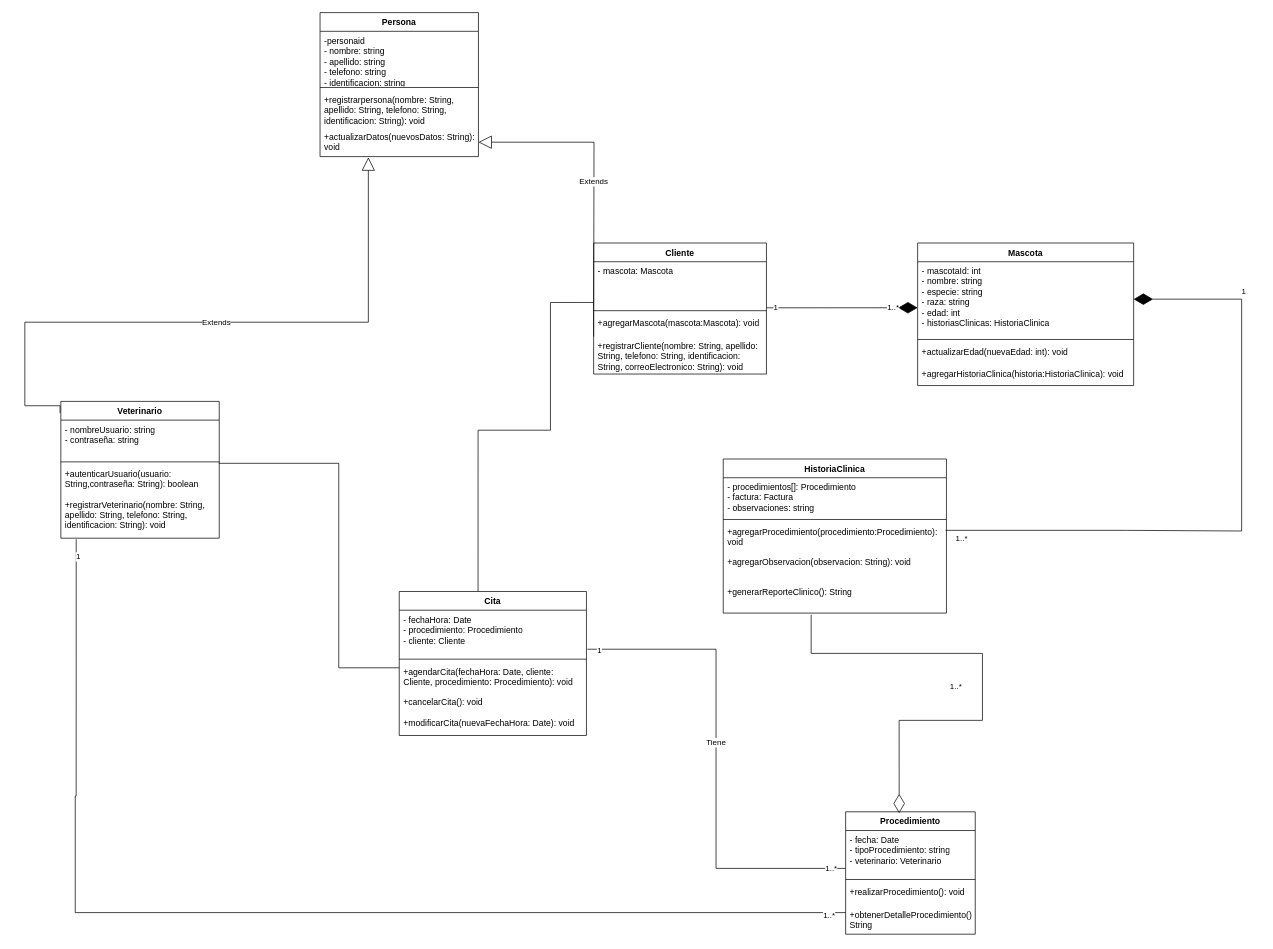
The draw.io diagram vetApp.drawio in maicols04/claseEstructura, before the edit. Source tidied: cells renumbered, new cells numbered last; positions are measured from the earlier drawing's top-left corner, leaving out a move shared by most shapes. Both pictures are drawn from the tidied source at 72%, with x=0, y=0 at pixel (24, 12).
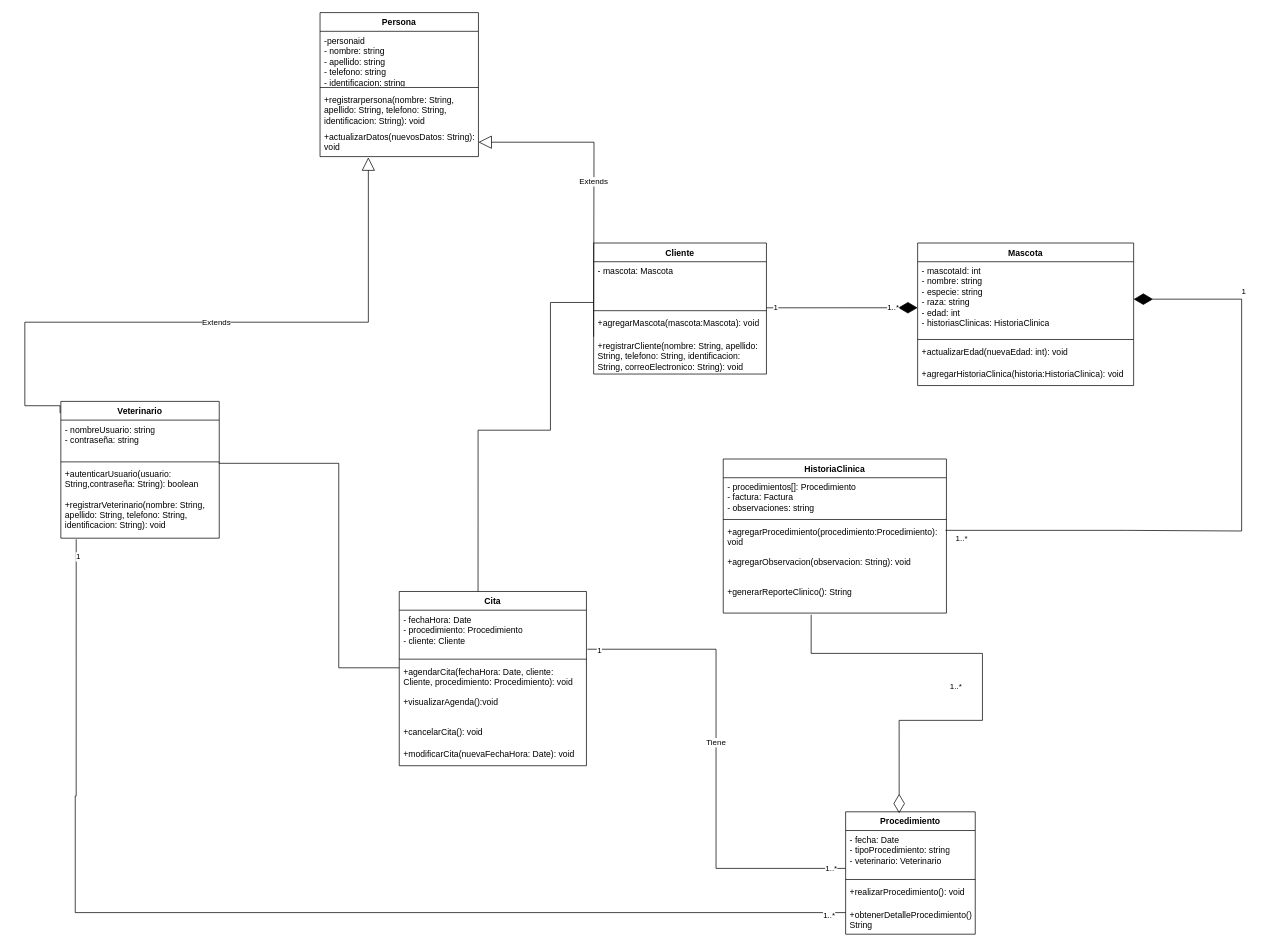
Above is the later version.

Diff of the diagram source:
```diff
@@
     <mxCell id="41" value="Cita" style="swimlane;fontStyle=1;align=center;verticalAlign=top;horizontal=1;startSize=26;whiteSpace=wrap;html=1;" parent="1" vertex="1">
-      <mxGeometry x="520" y="804" width="260" height="200" as="geometry" />
+      <mxGeometry x="520" y="804" width="260" height="242" as="geometry" />
     </mxCell>
@@
+    <mxCell id="59" value="+visualizarAgenda():void" style="text;strokeColor=none;fillColor=none;align=left;verticalAlign=top;spacingLeft=4;spacingRight=4;overflow=hidden;whiteSpace=wrap;html=1;" parent="41" vertex="1">
+      <mxGeometry y="140" width="260" height="42" as="geometry" />
+    </mxCell>
     <mxCell id="45" value="+cancelarCita(): void" style="text;strokeColor=none;fillColor=none;align=left;verticalAlign=top;spacingLeft=4;spacingRight=4;overflow=hidden;whiteSpace=wrap;html=1;" parent="41" vertex="1">
-      <mxGeometry y="140" width="260" height="30" as="geometry" />
+      <mxGeometry y="182" width="260" height="30" as="geometry" />
     </mxCell>
     <mxCell id="46" value="+modificarCita(nuevaFechaHora: Date): void" style="text;strokeColor=none;fillColor=none;align=left;verticalAlign=top;spacingLeft=4;spacingRight=4;overflow=hidden;whiteSpace=wrap;html=1;" parent="41" vertex="1">
-      <mxGeometry y="170" width="260" height="30" as="geometry" />
+      <mxGeometry y="212" width="260" height="30" as="geometry" />
     </mxCell>
```
